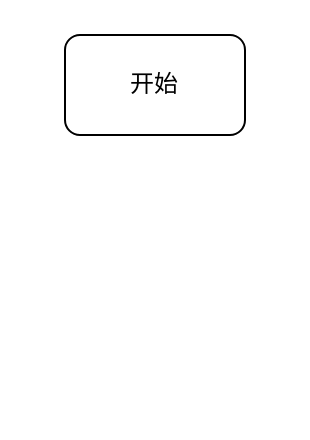
The draw.io diagram login/未命名绘图.drawio in meijinwu/flow-chart, before the edit. Source tidied: cells renumbered, new cells numbered last; positions are measured from the earlier drawing's top-left corner, leaving out a move shared by most shapes. Both pictures are drawn from the tidied source at 200%, with x=0, y=0 at pixel (64, 34).
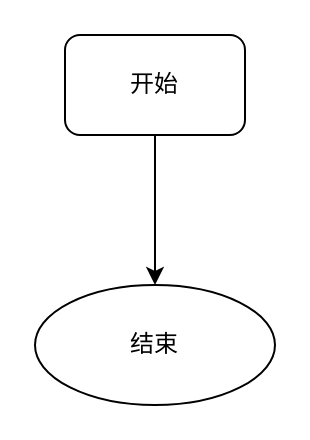
The same diagram, later.

The edit, as a diff of the source:
```diff
@@
 <mxGraphModel>
   <root>
     <mxCell id="0" />
     <mxCell id="1" parent="0" />
+    <mxCell id="3" style="edgeStyle=orthogonalEdgeStyle;rounded=0;jettySize=auto;html=1;" parent="1" edge="1" source="2" target="4">
+      <mxGeometry relative="1" as="geometry" />
+    </mxCell>
     <mxCell id="2" value="开始" style="rounded=1;whiteSpace=wrap;html=1;" parent="1" vertex="1">
       <mxGeometry width="90" height="50" as="geometry" />
     </mxCell>
+    <mxCell id="4" value="结束" style="ellipse;whiteSpace=wrap;html=1;rounded=1;" parent="1" vertex="1">
+      <mxGeometry x="-15" y="125" width="120" height="60" as="geometry" />
+    </mxCell>
   </root>
 </mxGraphModel>
```
